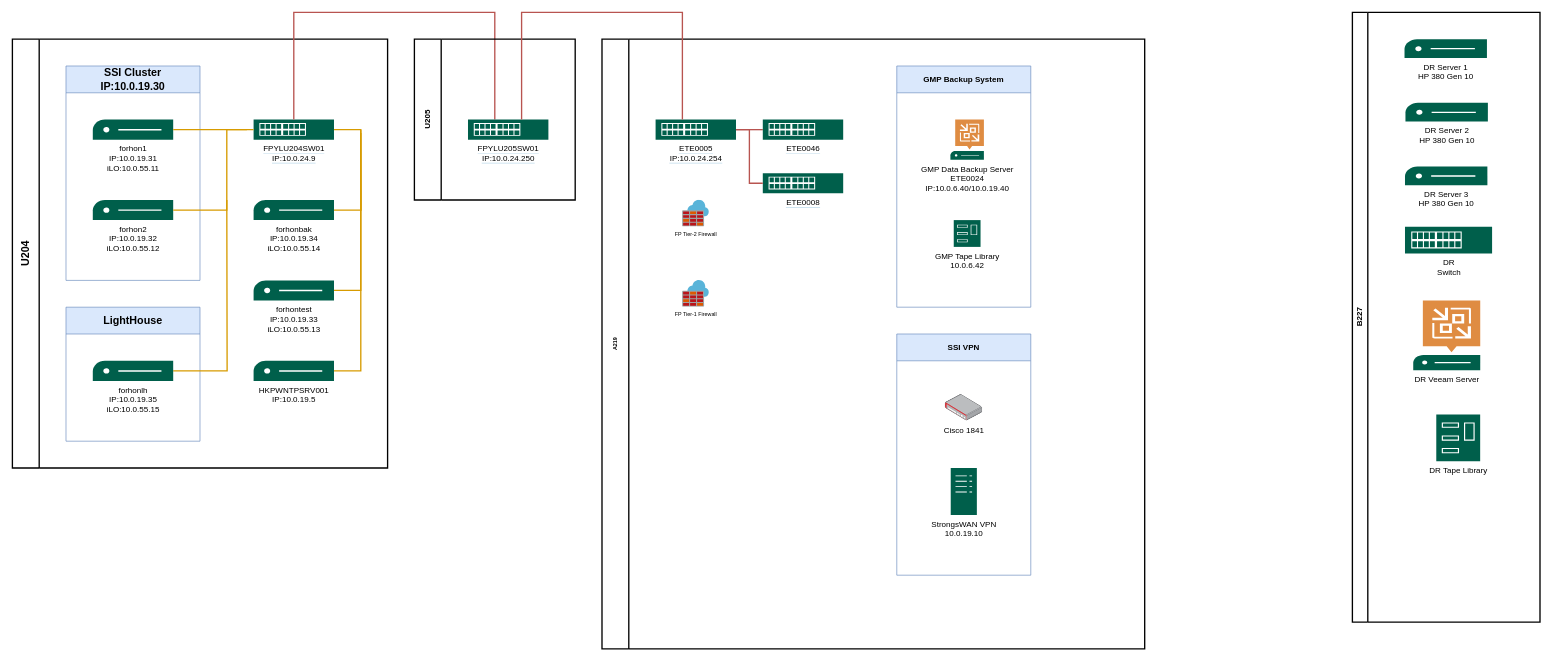
Earlier version of the draw.io diagram SSI Network Diagram.drawio (rwo001/FP). Source tidied: cells renumbered, new cells numbered last; positions are measured from the earlier drawing's top-left corner, leaving out a move shared by most shapes. Both pictures are drawn from the tidied source at 67%, with x=0, y=0 at pixel (12, 12).
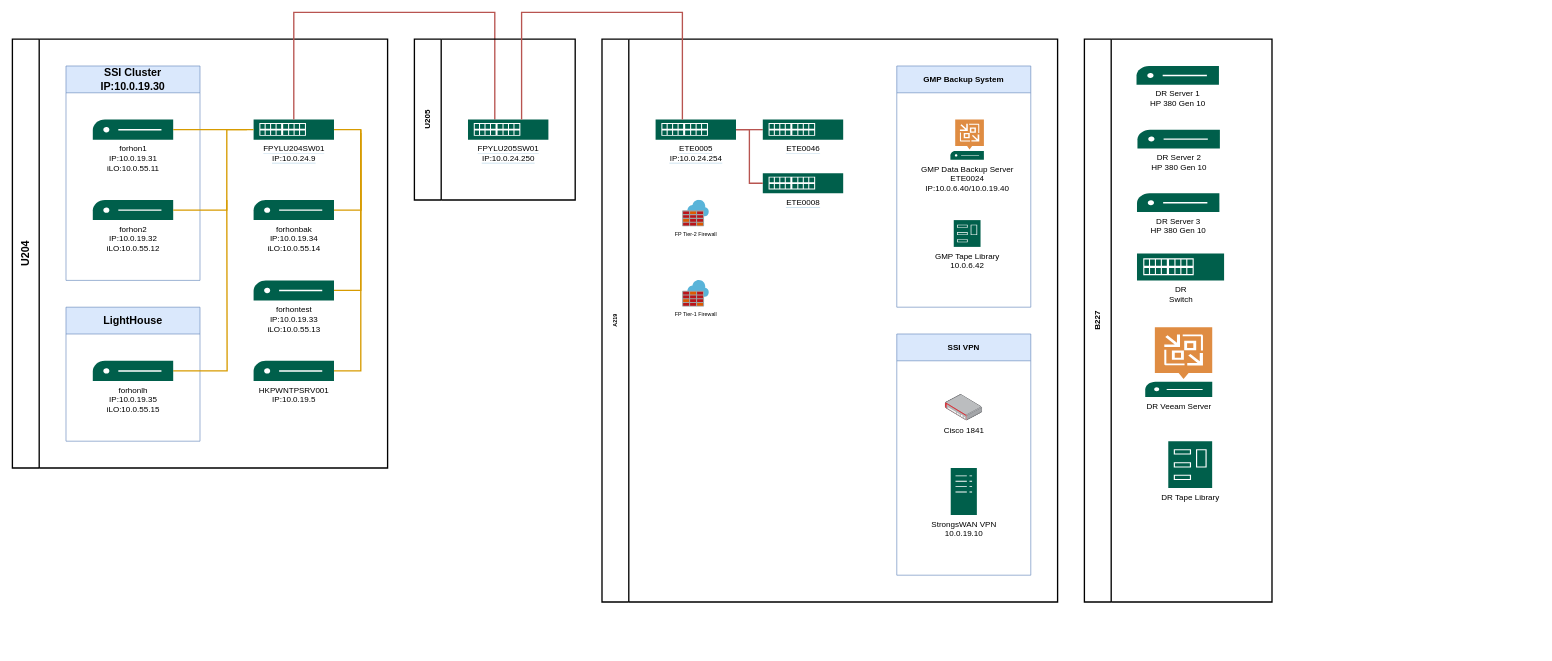
The same diagram, later.

The edit, as a diff of the source:
```diff
@@
     <mxCell id="19" value="A219" style="swimlane;horizontal=0;whiteSpace=wrap;html=1;strokeWidth=2;strokeColor=light-dark(#000000,#EDEDED);fontSize=8;fontFamily=Helvetica;fontStyle=1;fillColor=default;startSize=40;" parent="1" vertex="1">
-      <mxGeometry x="880" y="40" width="810" height="910" as="geometry" />
+      <mxGeometry x="880" y="40" width="680" height="840" as="geometry" />
     </mxCell>
@@
-    <mxCell id="33" value="&lt;span style=&quot;font-size: 12px;&quot;&gt;B227&lt;/span&gt;" style="swimlane;horizontal=0;whiteSpace=wrap;html=1;strokeWidth=2;strokeColor=light-dark(#000000,#EDEDED);fontSize=8;fontFamily=Helvetica;fontStyle=1;fillColor=default;" parent="1" vertex="1">
-      <mxGeometry x="2000" width="280" height="910" as="geometry" />
+    <mxCell id="33" value="&lt;span style=&quot;font-size: 12px;&quot;&gt;B227&lt;/span&gt;" style="swimlane;horizontal=0;whiteSpace=wrap;html=1;strokeWidth=2;strokeColor=light-dark(#000000,#EDEDED);fontSize=8;fontFamily=Helvetica;fontStyle=1;fillColor=default;startSize=40;" parent="1" vertex="1">
+      <mxGeometry x="1600" y="40" width="280" height="840" as="geometry" />
     </mxCell>
```
